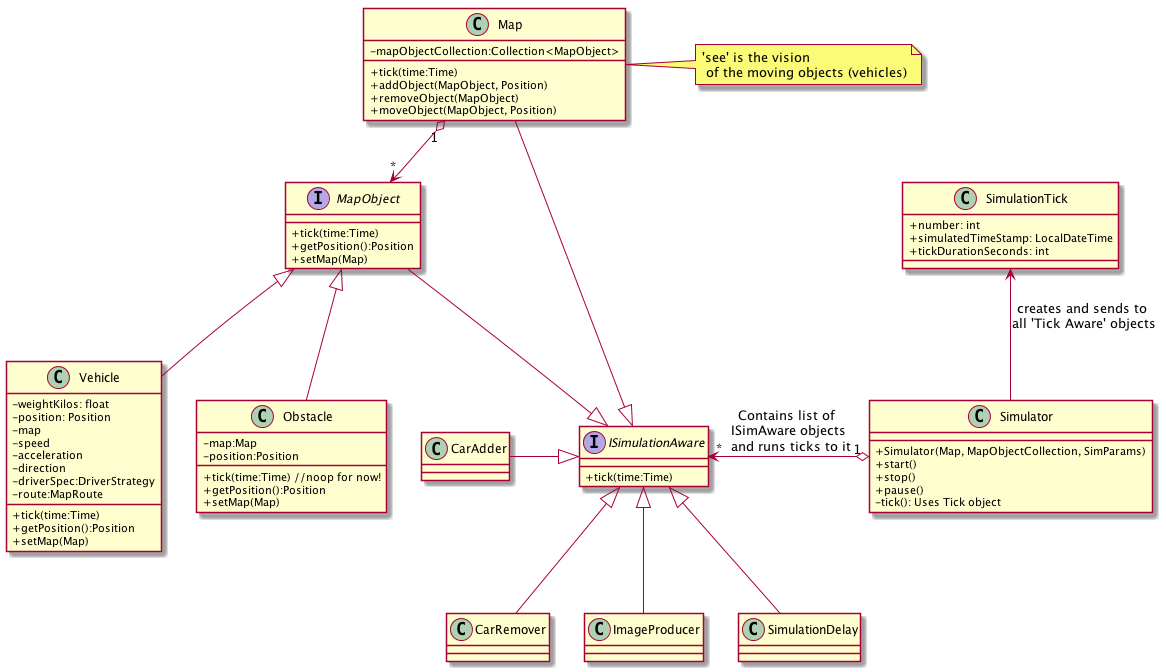
The PlantUML diagram uml_diagrams/simulatorClassDiagram.png in teamIndexZero/index_zero_trafficsystem, before a commit.
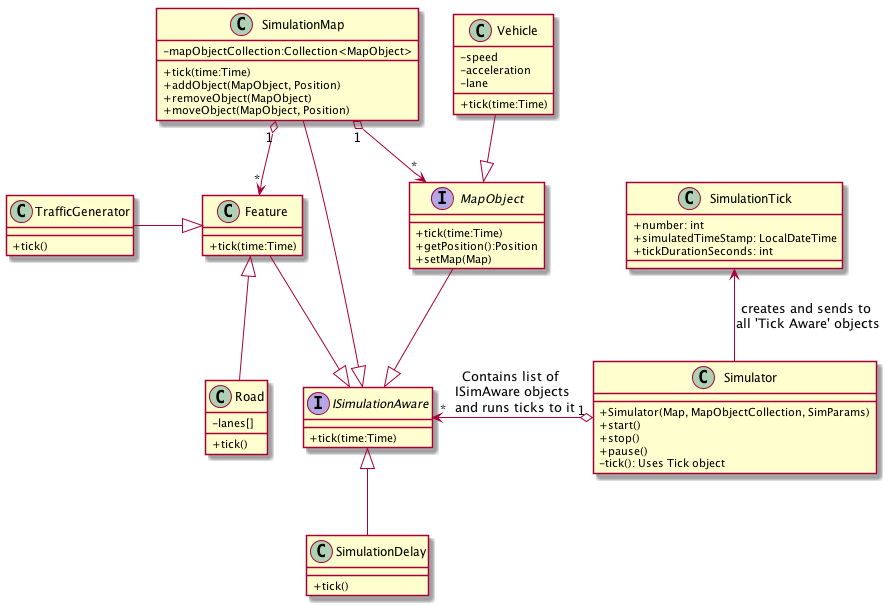
Later version of the same file.

What changed in the source:
```diff
@@ -25,8 +25,7 @@
 SimulationTick <-- Simulator:creates and sends to \nall 'Tick Aware' objects
 
 
-note right of Map: 'see' is the vision \n of the moving objects (vehicles)
-class Map {
+class SimulationMap {
 +tick(time:Time)
 +addObject(MapObject, Position)
 +removeObject(MapObject)
@@ -34,7 +33,12 @@
 -mapObjectCollection:Collection<MapObject>
 }
 
-Map --|> ISimulationAware
+SimulationMap --|> ISimulationAware
+
+
+MapObject --|> ISimulationAware
+SimulationMap "1" o--> "*" Feature
+SimulationMap "1" o--> "*" MapObject
 
 interface MapObject {
 +tick(time:Time)
@@ -42,51 +46,36 @@
 +setMap(Map)
 }
 
-MapObject --|> ISimulationAware
-Map "1" o--> "*" MapObject
-
 class Vehicle {
 +tick(time:Time)
-+getPosition():Position
-+setMap(Map)
--weightKilos: float
--position: Position
--map
 -speed
 -acceleration
--direction
--driverSpec:DriverStrategy
--route:MapRoute
+-lane
 }
 
-MapObject <|-- Vehicle
-
-class Obstacle {
-+tick(time:Time) //noop for now!
-+getPosition():Position
-+setMap(Map)
--map:Map
--position:Position
+class Feature {
++tick(time:Time)
 }
 
-MapObject <|-- Obstacle
-
-class CarAdder {
+class Road {
+    -lanes[]
+    +tick()
 }
 
-class CarRemover {
+class TrafficGenerator {
+    +tick()
 }
 
-class ImageProducer {
+Vehicle --|> MapObject
+Feature <|-- Road
+Feature <|-left- TrafficGenerator
+
+
+class SimulationDelay {
++tick()
 }
 
-class SimulationDelay {
- }
-
-ISimulationAware <|-left-CarAdder
-ISimulationAware <|--CarRemover
 ISimulationAware <|--SimulationDelay
-ISimulationAware <|--ImageProducer
-
+Feature --|> ISimulationAware
 
 @enduml
```
